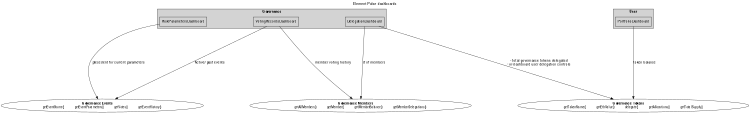
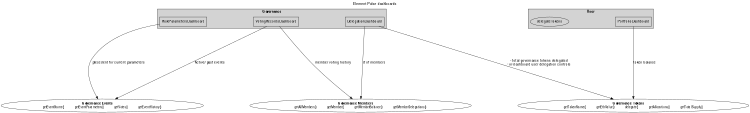
digraph ElementGoverancePulse {
        graph [fontname="Roboto", nodesep=2.5, ranksep=3.5];
        node [fontname="Roboto"];
        edge [fontname="Roboto"];
        size="5,5!";
        labelloc="top";
        compound="true";
        label="Element Pulse dashboards";

        governance_tokens[label=<<b>Governance Tokens</b>
          <br />
          <font point-size="12">getTokenName()</font>
          <font point-size="12">getEthValue()</font>
          <font point-size="12">delegate()</font>
          <font point-size="12">getAllocations()</font>
          <font point-size="12">getTotalSupply()</font>
          >]

        governance_event[label=<<b>Governance Events</b>
          <br />
          <font point-size="12">getEventName()</font>
          <font point-size="12">getEventParameters()</font>
          <font point-size="12">getVotes()</font>
          <font point-size="12">getEventHistory()</font>
          >]

        gsc_members[label=<<b>Governance Members</b>
          <br />
          <font point-size="12">getAllMembers()</font>
          <font point-size="12">getMember()</font>
          <font point-size="12">getMemberBalance()</font>
          <font point-size="12">getMemberDelegations()</font>
          >]

        subgraph cluster_governance {
                style="filled";
                label=< <B>Governance</B> >;

                VotingRecordsDashboard[shape=box]
                DelegationDashboard[shape=box]
                RiskParametersDashboard[shape=box]
        }

        VotingRecordsDashboard -> gsc_members[label="member voting history"]
        VotingRecordsDashboard -> governance_event[label="Active/past events"]
        DelegationDashboard -> governance_tokens[label="- total governance tokens delegated\n- in-dashboard user delegation controls"]
        DelegationDashboard -> gsc_members[label="# of members"]
        RiskParametersDashboard -> governance_event[label="precedent for current parameters"]

        subgraph cluster_userDashboards {
                style="filled";
                label=< <B>User</B> >;

                PortfolioDashboard[shape=box]
+ 
+                 delegateTokens
        }
        PortfolioDashboard -> governance_tokens[label="token balance"]



}
